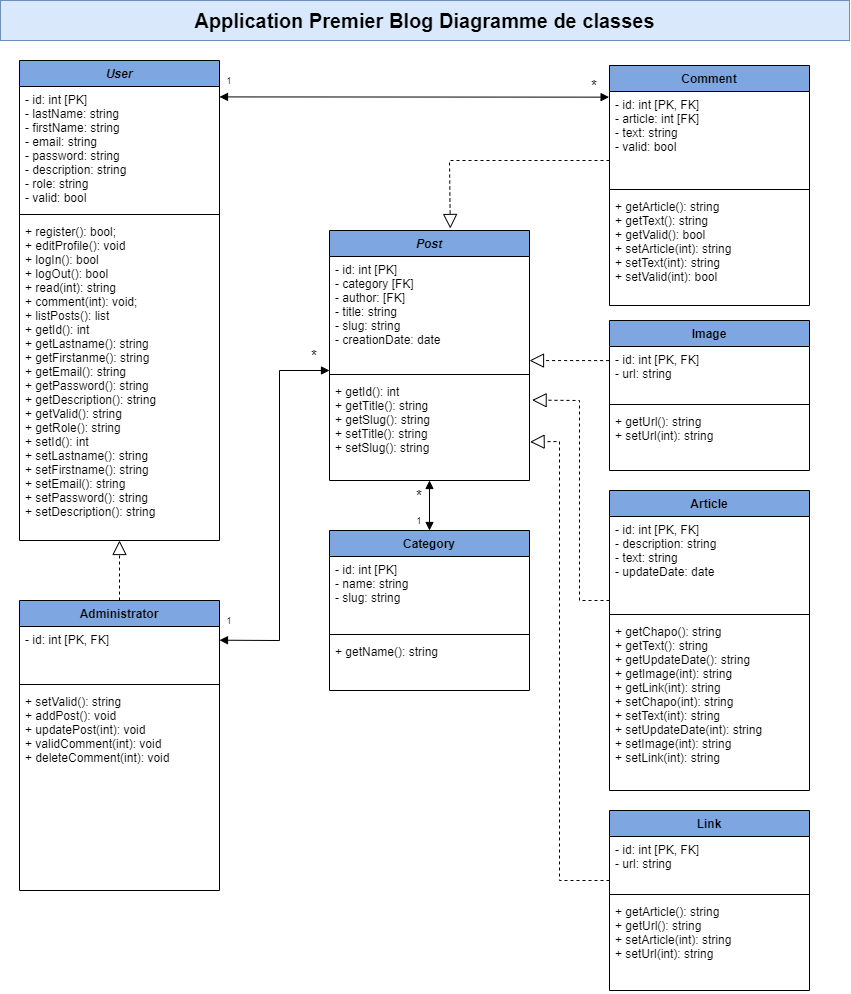
Before: diagrammes/diagramme-de-classes.png, a diagram exported from draw.io (fabienVernieres/blog). Source tidied: cells renumbered, new cells last; positions are measured from the earlier drawing's top-left corner, leaving out a move shared by most shapes.
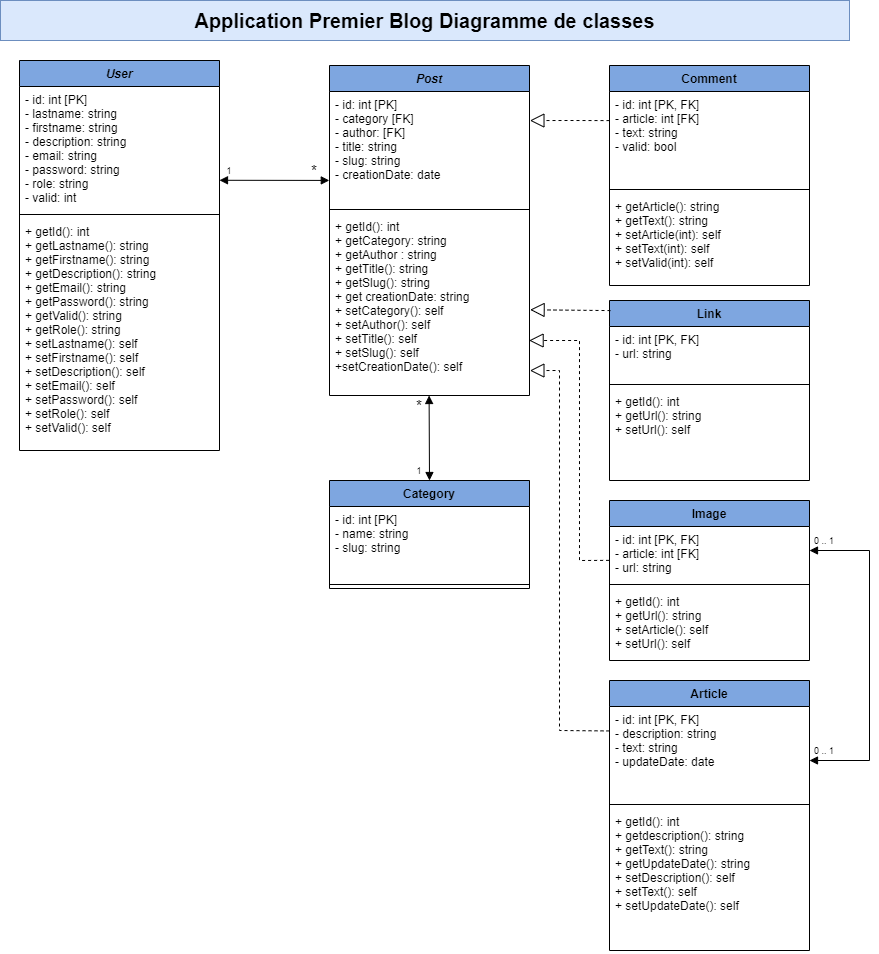
The same file after the commit.

Commit message:
add data model and correct class diagram

Change to the diagram source:
```diff
@@ -5,3 +5,3 @@
     <mxCell id="2" value="Post" style="swimlane;fontStyle=3;align=center;verticalAlign=top;horizontal=1;startSize=26;fillColor=#7EA6E0;" parent="1" vertex="1">
-      <mxGeometry x="329" y="230" width="200" height="250" as="geometry" />
+      <mxGeometry x="329" y="65" width="200" height="330" as="geometry" />
     </mxCell>
@@ -13,10 +13,10 @@
     </mxCell>
-    <mxCell id="5" value="+ getId(): int&#10;+ getTitle(): string&#10;+ getSlug(): string&#10;+ setTitle(): string&#10;+ setSlug(): string" style="text;strokeColor=none;fillColor=none;align=left;verticalAlign=top;spacingLeft=4;spacingRight=4;overflow=hidden;points=[[0,0.5],[1,0.5]];portConstraint=eastwest;" parent="2" vertex="1">
-      <mxGeometry y="148" width="200" height="102" as="geometry" />
+    <mxCell id="5" value="+ getId(): int&#10;+ getCategory: string&#10;+ getAuthor : string&#10;+ getTitle(): string&#10;+ getSlug(): string&#10;+ get creationDate: string&#10;+ setCategory(): self&#10;+ setAuthor(): self&#10;+ setTitle(): self&#10;+ setSlug(): self&#10;+setCreationDate(): self" style="text;strokeColor=none;fillColor=none;align=left;verticalAlign=top;spacingLeft=4;spacingRight=4;overflow=hidden;points=[[0,0.5],[1,0.5]];portConstraint=eastwest;" parent="2" vertex="1">
+      <mxGeometry y="148" width="200" height="182" as="geometry" />
     </mxCell>
     <mxCell id="6" value="*" style="text;html=1;strokeColor=none;fillColor=none;align=center;verticalAlign=middle;whiteSpace=wrap;rounded=0;fontSize=15;" parent="1" vertex="1">
-      <mxGeometry x="309" y="350" width="10" height="10" as="geometry" />
+      <mxGeometry x="309" y="165" width="10" height="10" as="geometry" />
     </mxCell>
     <mxCell id="7" value="&lt;font style=&quot;font-size: 9px;&quot;&gt;1&lt;/font&gt;" style="text;html=1;strokeColor=none;fillColor=none;align=center;verticalAlign=middle;whiteSpace=wrap;rounded=0;fontSize=12;" parent="1" vertex="1">
-      <mxGeometry x="219" y="610" width="20" height="20" as="geometry" />
+      <mxGeometry x="219" y="160" width="20" height="20" as="geometry" />
     </mxCell>
@@ -26,3 +26,3 @@
     <mxCell id="9" value="Category" style="swimlane;fontStyle=1;align=center;verticalAlign=top;horizontal=1;startSize=26;fillColor=#7EA6E0;" parent="1" vertex="1">
-      <mxGeometry x="329" y="530" width="200" height="160" as="geometry" />
+      <mxGeometry x="329" y="480" width="200" height="108" as="geometry" />
     </mxCell>
@@ -34,16 +34,4 @@
     </mxCell>
-    <mxCell id="12" style="endArrow=block;startArrow=block;endFill=1;startFill=1;html=1;rounded=0;exitX=1;exitY=0.254;exitDx=0;exitDy=0;exitPerimeter=0;" parent="9" edge="1" source="31">
-      <mxGeometry relative="1" as="geometry">
-        <mxPoint y="-160" as="targetPoint" />
-        <Array as="points">
-          <mxPoint x="-50" y="110" />
-          <mxPoint x="-50" y="-160" />
-        </Array>
-      </mxGeometry>
-    </mxCell>
-    <mxCell id="13" value="+ getName(): string&#10;" style="text;strokeColor=none;fillColor=none;align=left;verticalAlign=top;spacingLeft=4;spacingRight=4;overflow=hidden;" parent="9" vertex="1">
-      <mxGeometry y="108" width="200" height="52" as="geometry" />
-    </mxCell>
     <mxCell id="14" value="Article" style="swimlane;fontStyle=1;align=center;verticalAlign=top;horizontal=1;startSize=26;fillColor=#7EA6E0;" parent="1" vertex="1">
-      <mxGeometry x="609" y="490" width="200" height="300" as="geometry" />
+      <mxGeometry x="609" y="680" width="200" height="270" as="geometry" />
     </mxCell>
@@ -55,9 +43,9 @@
     </mxCell>
-    <mxCell id="17" value="+ getChapo(): string&#10;+ getText(): string&#10;+ getUpdateDate(): string&#10;+ getImage(int): string&#10;+ getLink(int): string&#10;+ setChapo(int): string&#10;+ setText(int): string&#10;+ setUpdateDate(int): string&#10;+ setImage(int): string&#10;+ setLink(int): string&#10;" style="text;strokeColor=none;fillColor=none;align=left;verticalAlign=top;spacingLeft=4;spacingRight=4;overflow=hidden;" parent="14" vertex="1">
-      <mxGeometry y="128" width="200" height="172" as="geometry" />
+    <mxCell id="17" value="+ getId(): int&#10;+ getdescription(): string&#10;+ getText(): string&#10;+ getUpdateDate(): string&#10;+ setDescription(): self&#10;+ setText(): self&#10;+ setUpdateDate(): self&#10;" style="text;strokeColor=none;fillColor=none;align=left;verticalAlign=top;spacingLeft=4;spacingRight=4;overflow=hidden;" parent="14" vertex="1">
+      <mxGeometry y="128" width="200" height="142" as="geometry" />
     </mxCell>
     <mxCell id="18" value="Image" style="swimlane;fontStyle=1;align=center;verticalAlign=top;horizontal=1;startSize=26;fillColor=#7EA6E0;" parent="1" vertex="1">
-      <mxGeometry x="609" y="320" width="200" height="150" as="geometry" />
+      <mxGeometry x="609" y="500" width="200" height="160" as="geometry" />
     </mxCell>
-    <mxCell id="19" value="- id: int [PK, FK]&#10;- url: string" style="text;strokeColor=none;fillColor=none;align=left;verticalAlign=top;spacingLeft=4;spacingRight=4;overflow=hidden;points=[[0,0.5],[1,0.5]];portConstraint=eastwest;fontSize=12;" parent="18" vertex="1">
+    <mxCell id="19" value="- id: int [PK, FK]&#10;- article: int [FK]&#10;- url: string" style="text;strokeColor=none;fillColor=none;align=left;verticalAlign=top;spacingLeft=4;spacingRight=4;overflow=hidden;points=[[0,0.5],[1,0.5]];portConstraint=eastwest;fontSize=12;" parent="18" vertex="1">
       <mxGeometry y="26" width="200" height="54" as="geometry" />
@@ -67,7 +55,7 @@
     </mxCell>
-    <mxCell id="21" value="+ getUrl(): string&#10;+ setUrl(int): string&#10;" style="text;strokeColor=none;fillColor=none;align=left;verticalAlign=top;spacingLeft=4;spacingRight=4;overflow=hidden;" parent="18" vertex="1">
-      <mxGeometry y="88" width="200" height="62" as="geometry" />
+    <mxCell id="21" value="+ getId(): int&#10;+ getUrl(): string&#10;+ setArticle(): self&#10;+ setUrl(): self&#10;" style="text;strokeColor=none;fillColor=none;align=left;verticalAlign=top;spacingLeft=4;spacingRight=4;overflow=hidden;" parent="18" vertex="1">
+      <mxGeometry y="88" width="200" height="72" as="geometry" />
     </mxCell>
     <mxCell id="22" value="Link" style="swimlane;fontStyle=1;align=center;verticalAlign=top;horizontal=1;startSize=26;fillColor=#7EA6E0;" parent="1" vertex="1">
-      <mxGeometry x="609" y="810" width="200" height="180" as="geometry" />
+      <mxGeometry x="609" y="300" width="200" height="180" as="geometry" />
     </mxCell>
@@ -79,3 +67,3 @@
     </mxCell>
-    <mxCell id="25" value="+ getArticle(): string&#10;+ getUrl(): string&#10;+ setArticle(int): string&#10;+ setUrl(int): string&#10;" style="text;strokeColor=none;fillColor=none;align=left;verticalAlign=top;spacingLeft=4;spacingRight=4;overflow=hidden;" parent="22" vertex="1">
+    <mxCell id="25" value="+ getId(): int&#10;+ getUrl(): string&#10;+ setUrl(): self&#10;" style="text;strokeColor=none;fillColor=none;align=left;verticalAlign=top;spacingLeft=4;spacingRight=4;overflow=hidden;" parent="22" vertex="1">
       <mxGeometry y="88" width="200" height="92" as="geometry" />
@@ -83,3 +71,3 @@
     <mxCell id="26" value="Comment" style="swimlane;fontStyle=1;align=center;verticalAlign=top;horizontal=1;startSize=26;fillColor=#7EA6E0;" parent="1" vertex="1">
-      <mxGeometry x="609" y="65" width="200" height="240" as="geometry" />
+      <mxGeometry x="609" y="65" width="200" height="220" as="geometry" />
     </mxCell>
@@ -91,21 +79,9 @@
     </mxCell>
-    <mxCell id="29" value="+ getArticle(): string&#10;+ getText(): string&#10;+ getValid(): bool&#10;+ setArticle(int): string&#10;+ setText(int): string&#10;+ setValid(int): bool&#10;" style="text;strokeColor=none;fillColor=none;align=left;verticalAlign=top;spacingLeft=4;spacingRight=4;overflow=hidden;" parent="26" vertex="1">
-      <mxGeometry y="128" width="200" height="112" as="geometry" />
+    <mxCell id="29" value="+ getArticle(): string&#10;+ getText(): string&#10;+ setArticle(int): self&#10;+ setText(int): self&#10;+ setValid(int): self&#10;" style="text;strokeColor=none;fillColor=none;align=left;verticalAlign=top;spacingLeft=4;spacingRight=4;overflow=hidden;" parent="26" vertex="1">
+      <mxGeometry y="128" width="200" height="92" as="geometry" />
     </mxCell>
-    <mxCell id="30" value="Administrator" style="swimlane;fontStyle=1;align=center;verticalAlign=top;horizontal=1;startSize=26;fillColor=#7EA6E0;" parent="1" vertex="1">
-      <mxGeometry x="19" y="600" width="200" height="290" as="geometry" />
-    </mxCell>
-    <mxCell id="31" value="- id: int [PK, FK]" style="text;strokeColor=none;fillColor=none;align=left;verticalAlign=top;spacingLeft=4;spacingRight=4;overflow=hidden;points=[[0,0.5],[1,0.5]];portConstraint=eastwest;fontSize=12;" parent="30" vertex="1">
-      <mxGeometry y="26" width="200" height="54" as="geometry" />
-    </mxCell>
-    <mxCell id="32" style="line;strokeWidth=1;fillColor=none;align=left;verticalAlign=middle;spacingTop=-1;spacingLeft=3;spacingRight=3;labelPosition=right;" parent="30" vertex="1">
-      <mxGeometry y="80" width="200" height="8" as="geometry" />
-    </mxCell>
-    <mxCell id="33" value="+ setValid(): string&#10;+ addPost(): void&#10;+ updatePost(int): void&#10;+ validComment(int): void&#10;+ deleteComment(int): void" style="text;strokeColor=none;fillColor=none;align=left;verticalAlign=top;spacingLeft=4;spacingRight=4;overflow=hidden;" parent="30" vertex="1">
-      <mxGeometry y="88" width="200" height="202" as="geometry" />
-    </mxCell>
     <mxCell id="34" value="User" style="swimlane;fontStyle=3;align=center;verticalAlign=top;horizontal=1;startSize=26;fillColor=#7EA6E0;" parent="1" vertex="1">
-      <mxGeometry x="19" y="60" width="200" height="480" as="geometry" />
+      <mxGeometry x="19" y="60" width="200" height="390" as="geometry" />
     </mxCell>
-    <mxCell id="35" value="- id: int [PK]&#10;- lastName: string&#10;- firstName: string&#10;- email: string&#10;- password: string&#10;- description: string&#10;- role: string&#10;- valid: bool" style="text;strokeColor=none;fillColor=none;align=left;verticalAlign=top;spacingLeft=4;spacingRight=4;overflow=hidden;points=[[0,0.5],[1,0.5]];portConstraint=eastwest;fontSize=12;" parent="34" vertex="1">
+    <mxCell id="35" value="- id: int [PK]&#10;- lastname: string&#10;- firstname: string&#10;- description: string&#10;- email: string&#10;- password: string&#10;- role: string&#10;- valid: int" style="text;strokeColor=none;fillColor=none;align=left;verticalAlign=top;spacingLeft=4;spacingRight=4;overflow=hidden;points=[[0,0.5],[1,0.5]];portConstraint=eastwest;fontSize=12;" parent="34" vertex="1">
       <mxGeometry y="26" width="200" height="124" as="geometry" />
@@ -115,60 +91,66 @@
     </mxCell>
-    <mxCell id="37" value="+ register(): bool;&#10;+ editProfile(): void&#10;+ logIn(): bool&#10;+ logOut(): bool&#10;+ read(int): string&#10;+ comment(int): void;&#10;+ listPosts(): list&#10;+ getId(): int&#10;+ getLastname(): string&#10;+ getFirstanme(): string&#10;+ getEmail(): string&#10;+ getPassword(): string&#10;+ getDescription(): string&#10;+ getValid(): string&#10;+ getRole(): string&#10;+ setId(): int&#10;+ setLastname(): string&#10;+ setFirstname(): string&#10;+ setEmail(): string&#10;+ setPassword(): string&#10;+ setDescription(): string&#10;" style="text;strokeColor=none;fillColor=none;align=left;verticalAlign=top;spacingLeft=4;spacingRight=4;overflow=hidden;" parent="34" vertex="1">
-      <mxGeometry y="158" width="200" height="322" as="geometry" />
+    <mxCell id="37" value="+ getId(): int&#10;+ getLastname(): string&#10;+ getFirstname(): string&#10;+ getDescription(): string&#10;+ getEmail(): string&#10;+ getPassword(): string&#10;+ getValid(): string&#10;+ getRole(): string&#10;+ setLastname(): self&#10;+ setFirstname(): self&#10;+ setDescription(): self&#10;+ setEmail(): self&#10;+ setPassword(): self&#10;+ setRole(): self&#10;+ setValid(): self" style="text;strokeColor=none;fillColor=none;align=left;verticalAlign=top;spacingLeft=4;spacingRight=4;overflow=hidden;" parent="34" vertex="1">
+      <mxGeometry y="158" width="200" height="232" as="geometry" />
     </mxCell>
-    <mxCell id="38" style="endArrow=block;dashed=1;endFill=0;endSize=12;html=1;rounded=0;exitX=0.5;exitY=0;exitDx=0;exitDy=0;" parent="1" edge="1" source="30">
-      <mxGeometry relative="1" as="geometry">
-        <mxPoint x="119" y="540" as="targetPoint" />
-      </mxGeometry>
-    </mxCell>
-    <mxCell id="39" style="endArrow=block;startArrow=block;endFill=1;startFill=1;html=1;rounded=0;entryX=0.5;entryY=0;entryDx=0;entryDy=0;" parent="1" edge="1" target="9">
+    <mxCell id="39" style="endArrow=block;startArrow=block;endFill=1;startFill=1;html=1;rounded=0;exitX=0.498;exitY=1;exitDx=0;exitDy=0;exitPerimeter=0;" parent="1" edge="1" source="5">
       <mxGeometry relative="1" as="geometry">
-        <mxPoint x="429" y="480" as="sourcePoint" />
+        <mxPoint x="429" y="480" as="targetPoint" />
       </mxGeometry>
     </mxCell>
-    <mxCell id="40" style="endArrow=block;dashed=1;endFill=0;endSize=12;html=1;rounded=0;exitX=0;exitY=0.734;exitDx=0;exitDy=0;entryX=0.604;entryY=-0.008;entryDx=0;entryDy=0;entryPerimeter=0;exitPerimeter=0;" parent="1" edge="1" source="27" target="2">
-      <mxGeometry relative="1" as="geometry">
-        <Array as="points">
-          <mxPoint x="449" y="160" />
-        </Array>
-      </mxGeometry>
-    </mxCell>
-    <mxCell id="41" style="endArrow=block;dashed=1;endFill=0;endSize=12;html=1;rounded=0;entryX=1.003;entryY=0.621;entryDx=0;entryDy=0;entryPerimeter=0;" parent="1" edge="1" target="5">
-      <mxGeometry relative="1" as="geometry">
-        <mxPoint x="609" y="880" as="sourcePoint" />
-        <Array as="points">
-          <mxPoint x="559" y="880" />
-          <mxPoint x="559" y="441" />
-        </Array>
-      </mxGeometry>
-    </mxCell>
-    <mxCell id="42" style="endArrow=block;dashed=1;endFill=0;endSize=12;html=1;rounded=0;entryX=1.013;entryY=0.212;entryDx=0;entryDy=0;entryPerimeter=0;" parent="1" edge="1" target="5">
-      <mxGeometry relative="1" as="geometry">
-        <mxPoint x="609" y="600" as="sourcePoint" />
-        <Array as="points">
-          <mxPoint x="579" y="600" />
-          <mxPoint x="579" y="400" />
-        </Array>
-      </mxGeometry>
-    </mxCell>
-    <mxCell id="43" style="endArrow=block;dashed=1;endFill=0;endSize=12;html=1;rounded=0;exitX=-0.002;exitY=0.261;exitDx=0;exitDy=0;entryX=1.005;entryY=0.587;entryDx=0;entryDy=0;entryPerimeter=0;exitPerimeter=0;" parent="1" edge="1" source="19">
-      <mxGeometry relative="1" as="geometry">
-        <mxPoint x="529" y="360.1" as="targetPoint" />
-      </mxGeometry>
+    <mxCell id="43" style="endArrow=block;dashed=1;endFill=0;endSize=12;html=1;rounded=0;exitX=0.005;exitY=0.056;exitDx=0;exitDy=0;entryX=1.003;entryY=0.529;entryDx=0;entryDy=0;entryPerimeter=0;exitPerimeter=0;" parent="1" edge="1" source="22" target="5">
+      <mxGeometry relative="1" as="geometry" />
     </mxCell>
-    <mxCell id="44" style="endArrow=block;startArrow=block;endFill=1;startFill=1;html=1;rounded=0;entryX=-0.002;entryY=0.06;entryDx=0;entryDy=0;exitX=1;exitY=0.084;exitDx=0;exitDy=0;exitPerimeter=0;entryPerimeter=0;" parent="1" edge="1" source="35" target="27">
-      <mxGeometry relative="1" as="geometry" />
-    </mxCell>
-    <mxCell id="45" value="&lt;font style=&quot;font-size: 9px;&quot;&gt;1&lt;/font&gt;" style="text;html=1;strokeColor=none;fillColor=none;align=center;verticalAlign=middle;whiteSpace=wrap;rounded=0;fontSize=12;" parent="1" vertex="1">
-      <mxGeometry x="219" y="70" width="20" height="20" as="geometry" />
-    </mxCell>
-    <mxCell id="46" value="*" style="text;html=1;strokeColor=none;fillColor=none;align=center;verticalAlign=middle;whiteSpace=wrap;rounded=0;fontSize=15;" parent="1" vertex="1">
-      <mxGeometry x="589" y="80" width="10" height="10" as="geometry" />
-    </mxCell>
     <mxCell id="47" value="&lt;font style=&quot;font-size: 9px;&quot;&gt;1&lt;/font&gt;" style="text;html=1;strokeColor=none;fillColor=none;align=center;verticalAlign=middle;whiteSpace=wrap;rounded=0;fontSize=12;" parent="1" vertex="1">
-      <mxGeometry x="409" y="510" width="20" height="20" as="geometry" />
+      <mxGeometry x="409" y="460" width="20" height="20" as="geometry" />
     </mxCell>
     <mxCell id="48" value="*" style="text;html=1;strokeColor=none;fillColor=none;align=center;verticalAlign=middle;whiteSpace=wrap;rounded=0;fontSize=15;" parent="1" vertex="1">
-      <mxGeometry x="414" y="490" width="10" height="10" as="geometry" />
+      <mxGeometry x="414" y="400" width="10" height="10" as="geometry" />
     </mxCell>
+    <mxCell id="49" style="endArrow=block;startArrow=block;endFill=1;startFill=1;html=1;rounded=0;fontColor=#7EA6E0;entryX=-0.001;entryY=0.78;entryDx=0;entryDy=0;entryPerimeter=0;" parent="1" edge="1" target="3">
+      <mxGeometry relative="1" as="geometry">
+        <mxPoint x="219" y="179.8" as="sourcePoint" />
+      </mxGeometry>
+    </mxCell>
+    <mxCell id="50" style="endArrow=block;dashed=1;endFill=0;endSize=12;html=1;rounded=0;exitX=-0.002;exitY=0.261;exitDx=0;exitDy=0;entryX=1.005;entryY=0.587;entryDx=0;entryDy=0;entryPerimeter=0;exitPerimeter=0;" parent="1" edge="1">
+      <mxGeometry relative="1" as="geometry">
+        <mxPoint x="609" y="120.1" as="sourcePoint" />
+        <mxPoint x="529.4" y="120.1" as="targetPoint" />
+        <Array as="points">
+          <mxPoint x="569.4" y="120" />
+        </Array>
+      </mxGeometry>
+    </mxCell>
+    <mxCell id="51" style="endArrow=block;dashed=1;endFill=0;endSize=12;html=1;rounded=0;exitX=0;exitY=0.26;exitDx=0;exitDy=0;exitPerimeter=0;entryX=1.002;entryY=0.863;entryDx=0;entryDy=0;entryPerimeter=0;" parent="1" edge="1" source="15" target="5">
+      <mxGeometry relative="1" as="geometry">
+        <Array as="points">
+          <mxPoint x="559" y="730" />
+          <mxPoint x="559" y="370" />
+        </Array>
+      </mxGeometry>
+    </mxCell>
+    <mxCell id="52" style="endArrow=block;dashed=1;endFill=0;endSize=12;html=1;rounded=0;exitX=-0.002;exitY=0.627;exitDx=0;exitDy=0;entryX=1.003;entryY=0.529;entryDx=0;entryDy=0;entryPerimeter=0;exitPerimeter=0;" parent="1" edge="1" source="19">
+      <mxGeometry relative="1" as="geometry">
+        <mxPoint x="528.6" y="340" as="targetPoint" />
+        <Array as="points">
+          <mxPoint x="579" y="560" />
+          <mxPoint x="579" y="340" />
+        </Array>
+      </mxGeometry>
+    </mxCell>
+    <mxCell id="53" style="endArrow=block;startArrow=block;endFill=1;startFill=1;html=1;rounded=0;fontColor=#7EA6E0;" parent="1" edge="1">
+      <mxGeometry relative="1" as="geometry">
+        <mxPoint x="809" y="550" as="sourcePoint" />
+        <mxPoint x="809" y="760" as="targetPoint" />
+        <Array as="points">
+          <mxPoint x="869" y="550" />
+          <mxPoint x="869" y="760" />
+        </Array>
+      </mxGeometry>
+    </mxCell>
+    <mxCell id="54" value="&lt;span style=&quot;font-size: 9px;&quot;&gt;0 .. 1&lt;/span&gt;" style="text;html=1;strokeColor=none;fillColor=none;align=center;verticalAlign=middle;whiteSpace=wrap;rounded=0;fontSize=12;" parent="1" vertex="1">
+      <mxGeometry x="809" y="530" width="30" height="20" as="geometry" />
+    </mxCell>
+    <mxCell id="55" value="&lt;span style=&quot;font-size: 9px;&quot;&gt;0 .. 1&lt;/span&gt;" style="text;html=1;strokeColor=none;fillColor=none;align=center;verticalAlign=middle;whiteSpace=wrap;rounded=0;fontSize=12;" parent="1" vertex="1">
+      <mxGeometry x="809" y="740" width="30" height="20" as="geometry" />
+    </mxCell>
   </root>
```
